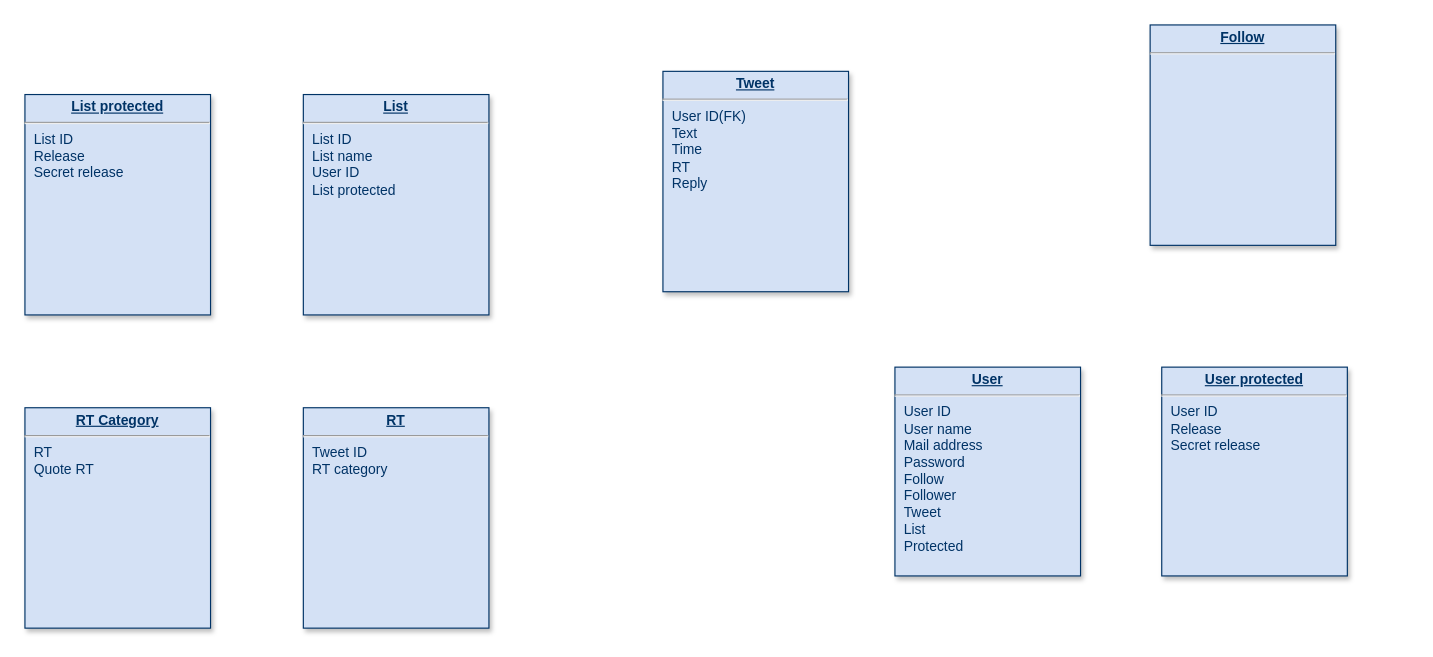
Above: Untitled Diagram.drawio in fuwa-syugyo/hello-world (draw.io), before the change. Source tidied: cells renumbered, new cells numbered last; positions are measured from the earlier drawing's top-left corner, leaving out a move shared by most shapes. Both pictures are drawn from the tidied source at 116%, with x=0, y=0 at pixel (24, 24).
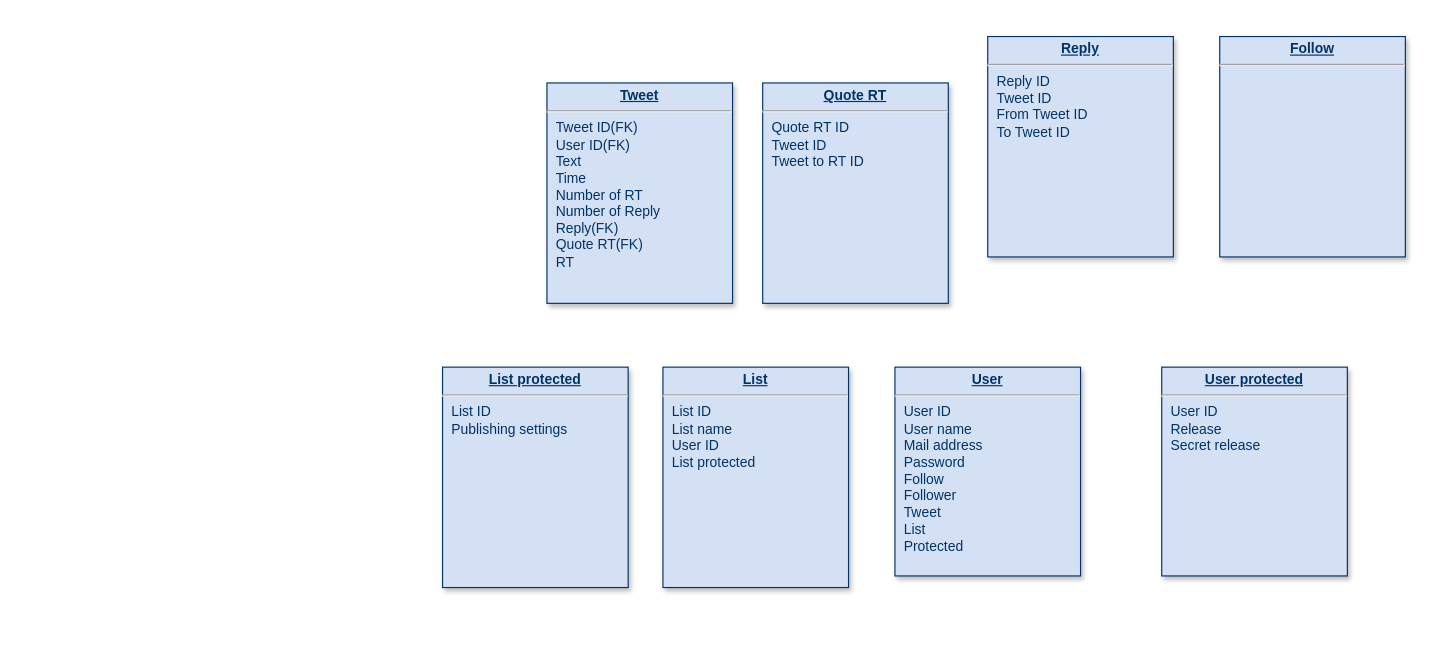
The same page after the edit.

Diff of the diagram source:
```diff
@@
 <mxGraphModel>
   <root>
     <mxCell id="0" />
     <mxCell id="1" parent="0" />
     <mxCell id="2" value="&lt;p style=&quot;margin: 0px ; margin-top: 4px ; text-align: center ; text-decoration: underline&quot;&gt;&lt;strong&gt;User&lt;/strong&gt;&lt;/p&gt;&lt;hr&gt;&lt;p style=&quot;margin: 0px ; margin-left: 8px&quot;&gt;User ID&lt;/p&gt;&lt;p style=&quot;margin: 0px ; margin-left: 8px&quot;&gt;User name&lt;/p&gt;&lt;p style=&quot;margin: 0px ; margin-left: 8px&quot;&gt;Mail address&lt;/p&gt;&lt;p style=&quot;margin: 0px ; margin-left: 8px&quot;&gt;Password&lt;/p&gt;&lt;p style=&quot;margin: 0px ; margin-left: 8px&quot;&gt;Follow&lt;/p&gt;&lt;p style=&quot;margin: 0px ; margin-left: 8px&quot;&gt;Follower&lt;/p&gt;&lt;p style=&quot;margin: 0px ; margin-left: 8px&quot;&gt;Tweet&lt;/p&gt;&lt;p style=&quot;margin: 0px ; margin-left: 8px&quot;&gt;List&lt;/p&gt;&lt;p style=&quot;margin: 0px ; margin-left: 8px&quot;&gt;Protected&lt;/p&gt;&lt;p style=&quot;margin: 0px ; margin-left: 8px&quot;&gt;&lt;br&gt;&lt;/p&gt;" style="verticalAlign=top;align=left;overflow=fill;fontSize=12;fontFamily=Helvetica;html=1;strokeColor=#003366;shadow=1;fillColor=#D4E1F5;fontColor=#003366;" parent="1" vertex="1">
       <mxGeometry x="750" y="295" width="160" height="180" as="geometry" />
     </mxCell>
-    <mxCell id="3" value="&lt;p style=&quot;margin: 0px ; margin-top: 4px ; text-align: center ; text-decoration: underline&quot;&gt;&lt;strong&gt;Tweet&lt;/strong&gt;&lt;/p&gt;&lt;hr&gt;&lt;p style=&quot;margin: 0px ; margin-left: 8px&quot;&gt;User ID(FK)&lt;/p&gt;&lt;p style=&quot;margin: 0px ; margin-left: 8px&quot;&gt;Text&lt;/p&gt;&lt;p style=&quot;margin: 0px ; margin-left: 8px&quot;&gt;Time&lt;/p&gt;&lt;p style=&quot;margin: 0px ; margin-left: 8px&quot;&gt;RT&lt;/p&gt;&lt;p style=&quot;margin: 0px ; margin-left: 8px&quot;&gt;Reply&lt;/p&gt;" style="verticalAlign=top;align=left;overflow=fill;fontSize=12;fontFamily=Helvetica;html=1;strokeColor=#003366;shadow=1;fillColor=#D4E1F5;fontColor=#003366;" parent="1" vertex="1">
-      <mxGeometry x="550" y="40" width="160" height="190" as="geometry" />
+    <mxCell id="3" value="&lt;p style=&quot;margin: 0px ; margin-top: 4px ; text-align: center ; text-decoration: underline&quot;&gt;&lt;strong&gt;Tweet&lt;/strong&gt;&lt;/p&gt;&lt;hr&gt;&lt;p style=&quot;margin: 0px ; margin-left: 8px&quot;&gt;Tweet ID(FK)&lt;/p&gt;&lt;p style=&quot;margin: 0px ; margin-left: 8px&quot;&gt;User ID(FK)&lt;/p&gt;&lt;p style=&quot;margin: 0px ; margin-left: 8px&quot;&gt;Text&lt;/p&gt;&lt;p style=&quot;margin: 0px ; margin-left: 8px&quot;&gt;Time&lt;/p&gt;&lt;p style=&quot;margin: 0px ; margin-left: 8px&quot;&gt;Number of RT&lt;/p&gt;&lt;p style=&quot;margin: 0px ; margin-left: 8px&quot;&gt;Number of Reply&lt;/p&gt;&lt;p style=&quot;margin: 0px ; margin-left: 8px&quot;&gt;Reply(FK)&lt;/p&gt;&lt;p style=&quot;margin: 0px ; margin-left: 8px&quot;&gt;Quote RT(FK)&lt;/p&gt;&lt;p style=&quot;margin: 0px ; margin-left: 8px&quot;&gt;RT&lt;/p&gt;" style="verticalAlign=top;align=left;overflow=fill;fontSize=12;fontFamily=Helvetica;html=1;strokeColor=#003366;shadow=1;fillColor=#D4E1F5;fontColor=#003366;" parent="1" vertex="1">
+      <mxGeometry x="450" y="50" width="160" height="190" as="geometry" />
     </mxCell>
     <mxCell id="4" value="&lt;p style=&quot;margin: 0px ; margin-top: 4px ; text-align: center ; text-decoration: underline&quot;&gt;&lt;b&gt;List&lt;/b&gt;&lt;/p&gt;&lt;hr&gt;&lt;p style=&quot;margin: 0px ; margin-left: 8px&quot;&gt;List ID&lt;/p&gt;&lt;p style=&quot;margin: 0px ; margin-left: 8px&quot;&gt;List name&lt;/p&gt;&lt;p style=&quot;margin: 0px ; margin-left: 8px&quot;&gt;User ID&lt;/p&gt;&lt;p style=&quot;margin: 0px ; margin-left: 8px&quot;&gt;List protected&lt;/p&gt;" style="verticalAlign=top;align=left;overflow=fill;fontSize=12;fontFamily=Helvetica;html=1;strokeColor=#003366;shadow=1;fillColor=#D4E1F5;fontColor=#003366;" parent="1" vertex="1">
-      <mxGeometry x="240" y="60" width="160" height="190" as="geometry" />
+      <mxGeometry x="550" y="295" width="160" height="190" as="geometry" />
     </mxCell>
     <mxCell id="5" value="&lt;p style=&quot;margin: 0px ; margin-top: 4px ; text-align: center ; text-decoration: underline&quot;&gt;&lt;b&gt;Follow&lt;/b&gt;&lt;/p&gt;&lt;hr&gt;&lt;p style=&quot;margin: 0px ; margin-left: 8px&quot;&gt;&lt;br&gt;&lt;/p&gt;" style="verticalAlign=top;align=left;overflow=fill;fontSize=12;fontFamily=Helvetica;html=1;strokeColor=#003366;shadow=1;fillColor=#D4E1F5;fontColor=#003366;" parent="1" vertex="1">
-      <mxGeometry x="970" width="160" height="190" as="geometry" />
+      <mxGeometry x="1030" y="10" width="160" height="190" as="geometry" />
     </mxCell>
-    <mxCell id="6" value="&lt;p style=&quot;margin: 0px ; margin-top: 4px ; text-align: center ; text-decoration: underline&quot;&gt;&lt;b&gt;RT&lt;/b&gt;&lt;/p&gt;&lt;hr&gt;&lt;p style=&quot;margin: 0px ; margin-left: 8px&quot;&gt;Tweet ID&lt;/p&gt;&lt;p style=&quot;margin: 0px ; margin-left: 8px&quot;&gt;RT category&lt;/p&gt;" style="verticalAlign=top;align=left;overflow=fill;fontSize=12;fontFamily=Helvetica;html=1;strokeColor=#003366;shadow=1;fillColor=#D4E1F5;fontColor=#003366;" parent="1" vertex="1">
-      <mxGeometry x="240" y="330" width="160" height="190" as="geometry" />
-    </mxCell>
-    <mxCell id="7" value="&lt;p style=&quot;margin: 0px ; margin-top: 4px ; text-align: center ; text-decoration: underline&quot;&gt;&lt;b&gt;RT Category&lt;/b&gt;&lt;/p&gt;&lt;hr&gt;&lt;p style=&quot;margin: 0px ; margin-left: 8px&quot;&gt;RT&lt;/p&gt;&lt;p style=&quot;margin: 0px ; margin-left: 8px&quot;&gt;Quote RT&lt;/p&gt;" style="verticalAlign=top;align=left;overflow=fill;fontSize=12;fontFamily=Helvetica;html=1;strokeColor=#003366;shadow=1;fillColor=#D4E1F5;fontColor=#003366;" parent="1" vertex="1">
-      <mxGeometry y="330" width="160" height="190" as="geometry" />
-    </mxCell>
-    <mxCell id="8" value="&lt;p style=&quot;margin: 0px ; margin-top: 4px ; text-align: center ; text-decoration: underline&quot;&gt;&lt;b&gt;List protected&lt;/b&gt;&lt;/p&gt;&lt;hr&gt;&lt;p style=&quot;margin: 0px ; margin-left: 8px&quot;&gt;List ID&lt;/p&gt;&lt;p style=&quot;margin: 0px ; margin-left: 8px&quot;&gt;Release&lt;/p&gt;&lt;p style=&quot;margin: 0px ; margin-left: 8px&quot;&gt;Secret release&lt;/p&gt;" style="verticalAlign=top;align=left;overflow=fill;fontSize=12;fontFamily=Helvetica;html=1;strokeColor=#003366;shadow=1;fillColor=#D4E1F5;fontColor=#003366;" parent="1" vertex="1">
-      <mxGeometry y="60" width="160" height="190" as="geometry" />
+    <mxCell id="8" value="&lt;p style=&quot;margin: 0px ; margin-top: 4px ; text-align: center ; text-decoration: underline&quot;&gt;&lt;b&gt;List protected&lt;/b&gt;&lt;/p&gt;&lt;hr&gt;&lt;p style=&quot;margin: 0px ; margin-left: 8px&quot;&gt;List ID&lt;/p&gt;&lt;p style=&quot;margin: 0px ; margin-left: 8px&quot;&gt;Publishing settings&lt;/p&gt;" style="verticalAlign=top;align=left;overflow=fill;fontSize=12;fontFamily=Helvetica;html=1;strokeColor=#003366;shadow=1;fillColor=#D4E1F5;fontColor=#003366;" parent="1" vertex="1">
+      <mxGeometry x="360" y="295" width="160" height="190" as="geometry" />
     </mxCell>
     <mxCell id="9" value="&lt;p style=&quot;margin: 0px ; margin-top: 4px ; text-align: center ; text-decoration: underline&quot;&gt;&lt;strong&gt;User protected&lt;/strong&gt;&lt;/p&gt;&lt;hr&gt;&lt;p style=&quot;margin: 0px ; margin-left: 8px&quot;&gt;User ID&lt;/p&gt;&lt;p style=&quot;margin: 0px ; margin-left: 8px&quot;&gt;Release&lt;/p&gt;&lt;p style=&quot;margin: 0px ; margin-left: 8px&quot;&gt;Secret release&lt;/p&gt;&lt;p style=&quot;margin: 0px ; margin-left: 8px&quot;&gt;&lt;br&gt;&lt;/p&gt;" style="verticalAlign=top;align=left;overflow=fill;fontSize=12;fontFamily=Helvetica;html=1;strokeColor=#003366;shadow=1;fillColor=#D4E1F5;fontColor=#003366;" parent="1" vertex="1">
       <mxGeometry x="980" y="295" width="160" height="180" as="geometry" />
     </mxCell>
+    <mxCell id="10" value="&lt;p style=&quot;margin: 0px ; margin-top: 4px ; text-align: center ; text-decoration: underline&quot;&gt;&lt;b&gt;Reply&lt;/b&gt;&lt;/p&gt;&lt;hr&gt;&lt;p style=&quot;margin: 0px ; margin-left: 8px&quot;&gt;Reply ID&lt;/p&gt;&lt;p style=&quot;margin: 0px ; margin-left: 8px&quot;&gt;Tweet ID&lt;/p&gt;&lt;p style=&quot;margin: 0px ; margin-left: 8px&quot;&gt;From Tweet ID&lt;/p&gt;&lt;p style=&quot;margin: 0px ; margin-left: 8px&quot;&gt;To Tweet ID&lt;/p&gt;" style="verticalAlign=top;align=left;overflow=fill;fontSize=12;fontFamily=Helvetica;html=1;strokeColor=#003366;shadow=1;fillColor=#D4E1F5;fontColor=#003366;" parent="1" vertex="1">
+      <mxGeometry x="830" y="10" width="160" height="190" as="geometry" />
+    </mxCell>
+    <mxCell id="11" value="&lt;p style=&quot;margin: 0px ; margin-top: 4px ; text-align: center ; text-decoration: underline&quot;&gt;&lt;b&gt;Quote RT&lt;/b&gt;&lt;/p&gt;&lt;hr&gt;&lt;p style=&quot;margin: 0px ; margin-left: 8px&quot;&gt;Quote RT ID&lt;/p&gt;&lt;p style=&quot;margin: 0px ; margin-left: 8px&quot;&gt;Tweet ID&lt;/p&gt;&lt;p style=&quot;margin: 0px ; margin-left: 8px&quot;&gt;Tweet to RT ID&lt;/p&gt;" style="verticalAlign=top;align=left;overflow=fill;fontSize=12;fontFamily=Helvetica;html=1;strokeColor=#003366;shadow=1;fillColor=#D4E1F5;fontColor=#003366;" parent="1" vertex="1">
+      <mxGeometry x="636" y="50" width="160" height="190" as="geometry" />
+    </mxCell>
   </root>
 </mxGraphModel>
```
